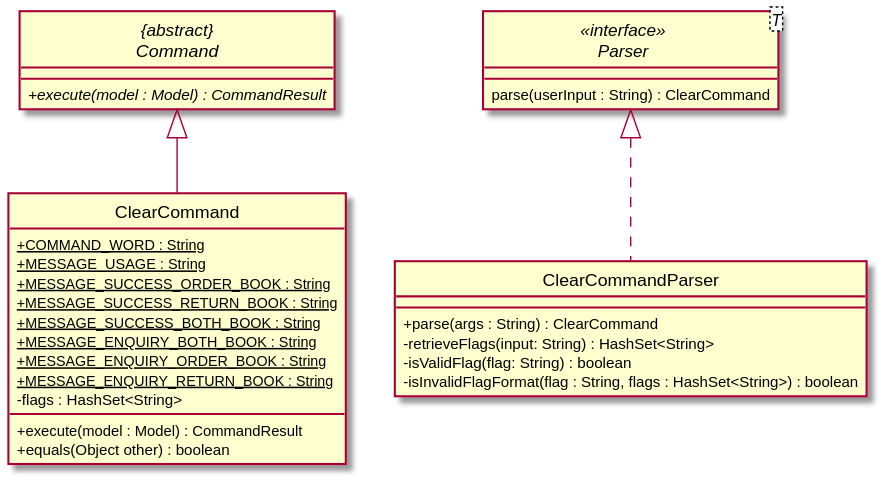
The PlantUML diagram docs/images/ClearClassDiagram.svg in nus-cs2103-AY1920S2/addressbook-level3, before a commit.
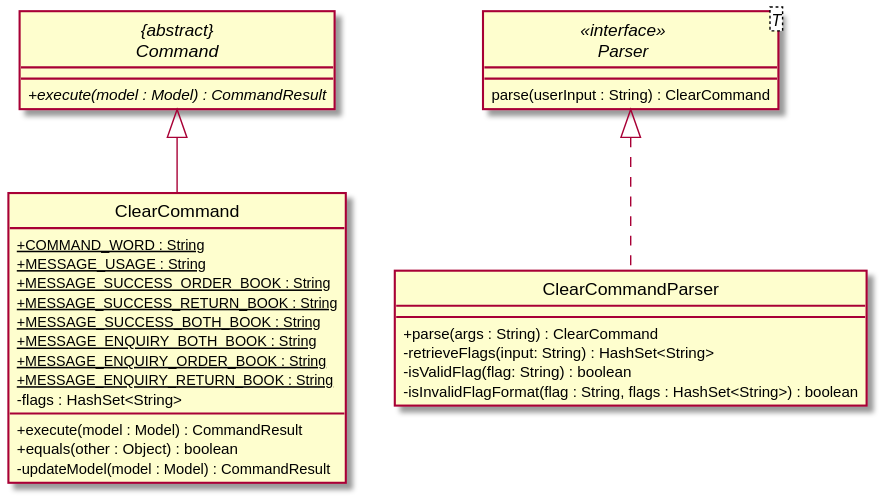
The same diagram one commit later.

What changed in the source:
```diff
@@ -30,7 +30,8 @@
     - flags : HashSet<String>
 
     + execute(model : Model) : CommandResult
-    + equals(Object other) : boolean
+    + equals(other : Object) : boolean
+    - updateModel(model : Model) : CommandResult
 }
 ClearCommand --up|> "{abstract}\nCommand"
 @enduml
```
